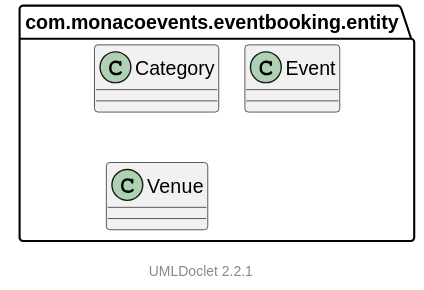
Before: docs/uml/com/monacoevents/eventbooking/entity/package.svg, a diagram exported from PlantUML (LorisDrid/event-booking-api). Its diagram source:
```plantuml
@startuml


    !pragma layout smetana
    set separator ::

    package com.monacoevents.eventbooking.entity {

        class Category [[file:/C:/Users/loris/Documents/Programming/Github/event-booking-api/target/reports/apidocs/com/monacoevents/eventbooking/entity/Category.html]] {
        }

        class Event [[file:/C:/Users/loris/Documents/Programming/Github/event-booking-api/target/reports/apidocs/com/monacoevents/eventbooking/entity/Event.html]] {
        }

        class Venue [[file:/C:/Users/loris/Documents/Programming/Github/event-booking-api/target/reports/apidocs/com/monacoevents/eventbooking/entity/Venue.html]] {
        }

    }

    <style>
        footer {
            HyperLinkColor #8
            HyperLinkUnderlineThickness 0
        }
    </style>
    footer \n[[https://github.com/talsma-ict/umldoclet UMLDoclet 2.2.1]]
@enduml
```
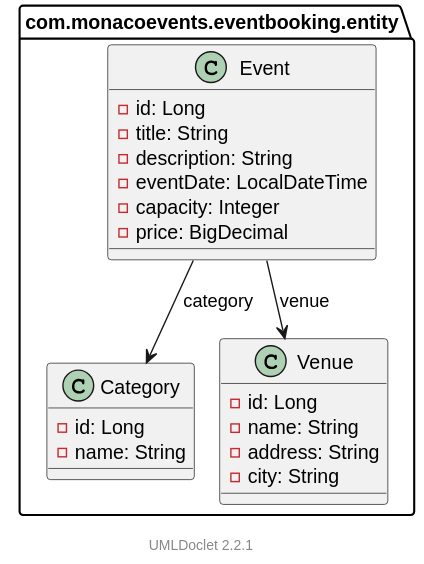
Later version of the same file.

What changed in the source:
```diff
@@ -7,15 +7,30 @@
     package com.monacoevents.eventbooking.entity {
 
         class Category [[file:/C:/Users/loris/Documents/Programming/Github/event-booking-api/target/reports/apidocs/com/monacoevents/eventbooking/entity/Category.html]] {
+            -id: Long
+            -name: String
         }
 
         class Event [[file:/C:/Users/loris/Documents/Programming/Github/event-booking-api/target/reports/apidocs/com/monacoevents/eventbooking/entity/Event.html]] {
+            -id: Long
+            -title: String
+            -description: String
+            -eventDate: LocalDateTime
+            -capacity: Integer
+            -price: BigDecimal
         }
 
         class Venue [[file:/C:/Users/loris/Documents/Programming/Github/event-booking-api/target/reports/apidocs/com/monacoevents/eventbooking/entity/Venue.html]] {
+            -id: Long
+            -name: String
+            -address: String
+            -city: String
         }
 
     }
+
+    com.monacoevents.eventbooking.entity::Event --> com.monacoevents.eventbooking.entity::Venue: venue
+    com.monacoevents.eventbooking.entity::Event --> com.monacoevents.eventbooking.entity::Category: category
 
     <style>
         footer {
```
